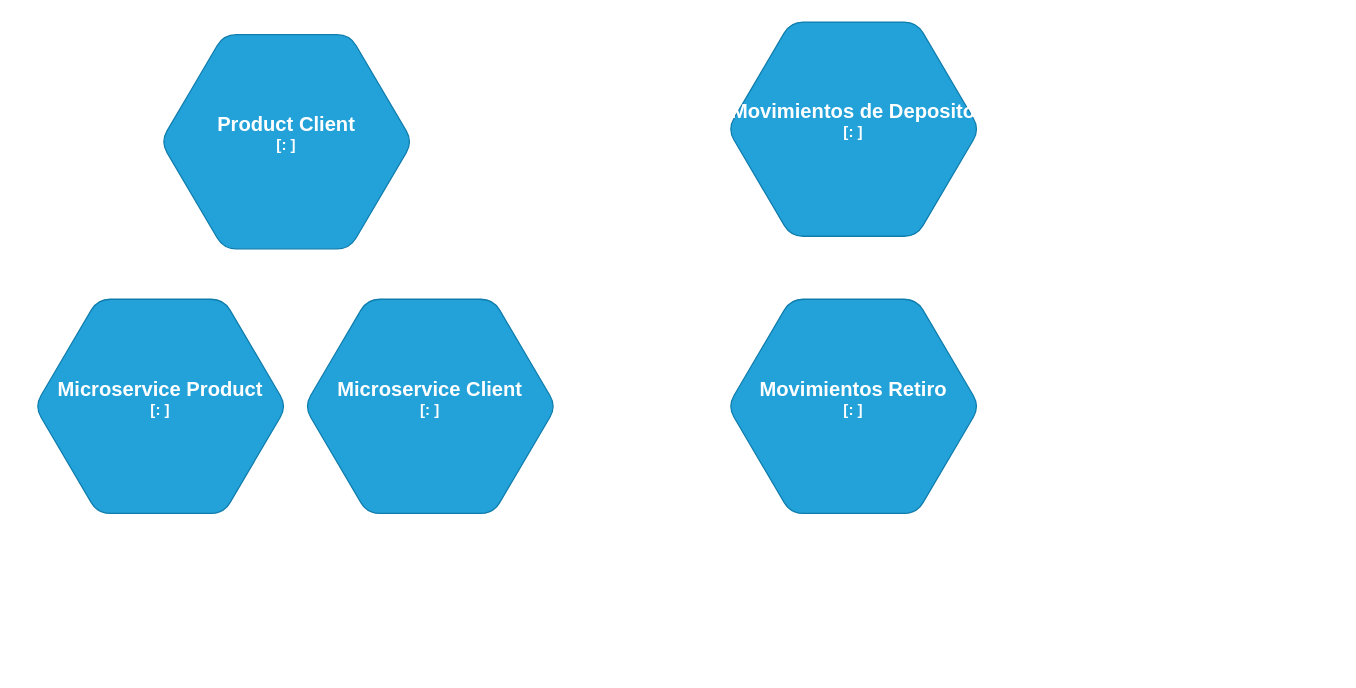
This is page "Page-1" (1 of 2) of Project 2.drawio from edwarparedes/Diagram-2, a draw.io file, before an edit. Source tidied: cells renumbered, new cells numbered last; positions are measured from the earlier drawing's top-left corner, leaving out a move shared by most shapes. Both pictures are drawn from the tidied source at 126%, with x=0, y=0 at pixel (34, 21).
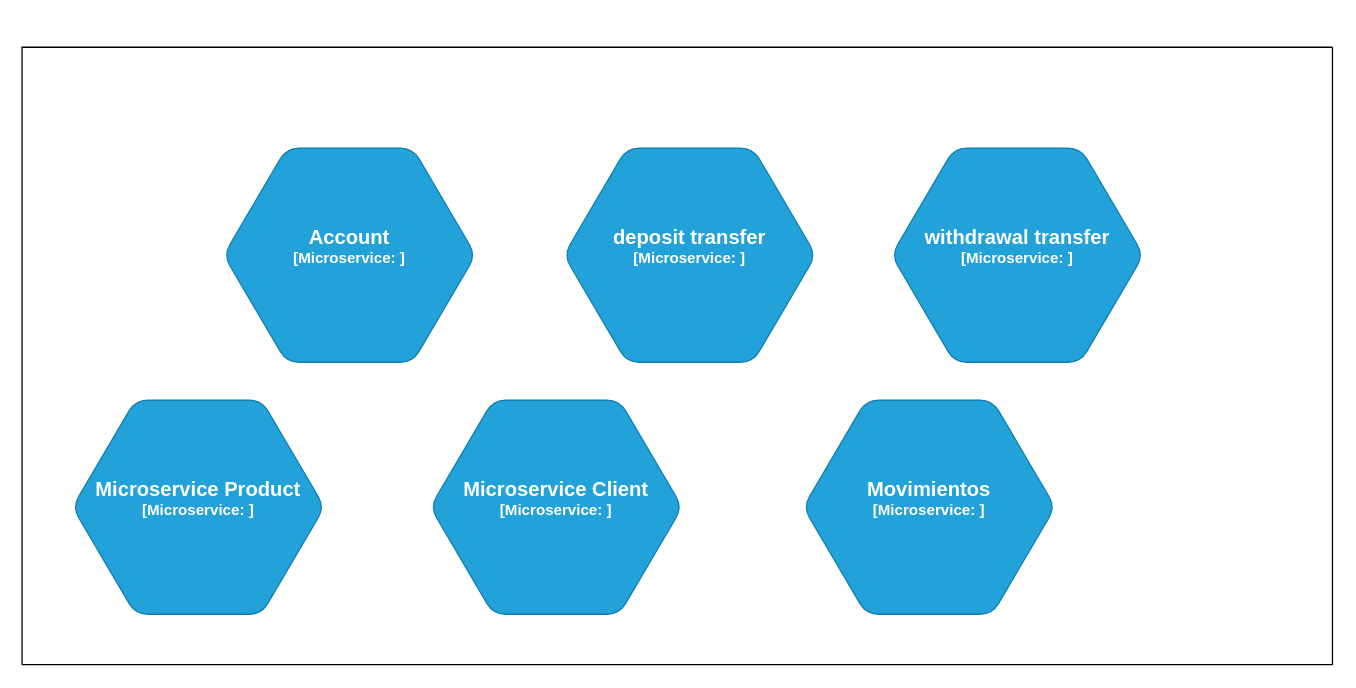
After the change.

What changed in the source:
```diff
@@
 <mxGraphModel>
   <root>
     <mxCell id="0" />
     <mxCell id="1" parent="0" />
-    <object id="2" label="&lt;font style=&quot;font-size: 16px&quot;&gt;&lt;b&gt;%c4Type%&lt;/font&gt;&lt;div&gt;[%c4Container%:&amp;nbsp;%c4Technology%]&lt;/div&gt;&lt;br&gt;&lt;div&gt;&lt;font style=&quot;font-size: 11px&quot;&gt;&lt;font color=&quot;#E6E6E6&quot;&gt;%c4Description%&lt;/font&gt;&lt;/div&gt;" c4Container="" c4Description="" c4Technology="" c4Type="Microservice Product" placeholders="1">
+    <object id="2" label="&lt;font style=&quot;font-size: 16px&quot;&gt;&lt;b&gt;%c4Type%&lt;/font&gt;&lt;div&gt;[%c4Container%:&amp;nbsp;%c4Technology%]&lt;/div&gt;&lt;br&gt;&lt;div&gt;&lt;font style=&quot;font-size: 11px&quot;&gt;&lt;font color=&quot;#E6E6E6&quot;&gt;%c4Description%&lt;/font&gt;&lt;/div&gt;" c4Container="Microservice" c4Description="" c4Technology="" c4Type="Microservice Product" placeholders="1">
       <mxCell style="shape=hexagon;size=50;perimeter=hexagonPerimeter2;whiteSpace=wrap;html=1;fixedSize=1;rounded=1;labelBackgroundColor=none;fillColor=#23A2D9;fontSize=12;fontColor=#ffffff;align=center;strokeColor=#0E7DAD;" parent="1" vertex="1">
-        <mxGeometry y="220" width="200" height="170" as="geometry" />
+        <mxGeometry x="30" y="300" width="200" height="170" as="geometry" />
       </mxCell>
     </object>
-    <object id="3" label="&lt;font style=&quot;font-size: 16px&quot;&gt;&lt;b&gt;%c4Type%&lt;/font&gt;&lt;div&gt;[%c4Container%:&amp;nbsp;%c4Technology%]&lt;/div&gt;&lt;br&gt;&lt;div&gt;&lt;font style=&quot;font-size: 11px&quot;&gt;&lt;font color=&quot;#E6E6E6&quot;&gt;%c4Description%&lt;/font&gt;&lt;/div&gt;" c4Container="" c4Description="" c4Technology="" c4Type="Microservice Client" placeholders="1">
+    <object id="3" label="&lt;font style=&quot;font-size: 16px&quot;&gt;&lt;b&gt;%c4Type%&lt;/font&gt;&lt;div&gt;[%c4Container%:&amp;nbsp;%c4Technology%]&lt;/div&gt;&lt;br&gt;&lt;div&gt;&lt;font style=&quot;font-size: 11px&quot;&gt;&lt;font color=&quot;#E6E6E6&quot;&gt;%c4Description%&lt;/font&gt;&lt;/div&gt;" c4Container="Microservice" c4Description="" c4Technology="" c4Type="Microservice Client" placeholders="1">
       <mxCell style="shape=hexagon;size=50;perimeter=hexagonPerimeter2;whiteSpace=wrap;html=1;fixedSize=1;rounded=1;labelBackgroundColor=none;fillColor=#23A2D9;fontSize=12;fontColor=#ffffff;align=center;strokeColor=#0E7DAD;" parent="1" vertex="1">
-        <mxGeometry x="214" y="220" width="200" height="170" as="geometry" />
+        <mxGeometry x="314" y="300" width="200" height="170" as="geometry" />
       </mxCell>
     </object>
-    <object id="4" label="&lt;font style=&quot;font-size: 16px&quot;&gt;&lt;b&gt;%c4Type%&lt;/font&gt;&lt;div&gt;[%c4Container%:&amp;nbsp;%c4Technology%]&lt;/div&gt;&lt;br&gt;&lt;div&gt;&lt;font style=&quot;font-size: 11px&quot;&gt;&lt;font color=&quot;#E6E6E6&quot;&gt;%c4Description%&lt;/font&gt;&lt;/div&gt;" c4Container="" c4Description="" c4Technology="" c4Type="Movimientos Retiro" placeholders="1">
+    <object id="4" label="&lt;font style=&quot;font-size: 16px&quot;&gt;&lt;b&gt;%c4Type%&lt;/font&gt;&lt;div&gt;[%c4Container%:&amp;nbsp;%c4Technology%]&lt;/div&gt;&lt;br&gt;&lt;div&gt;&lt;font style=&quot;font-size: 11px&quot;&gt;&lt;font color=&quot;#E6E6E6&quot;&gt;%c4Description%&lt;/font&gt;&lt;/div&gt;" c4Container="Microservice" c4Description="" c4Technology="" c4Type="Movimientos" placeholders="1">
       <mxCell style="shape=hexagon;size=50;perimeter=hexagonPerimeter2;whiteSpace=wrap;html=1;fixedSize=1;rounded=1;labelBackgroundColor=none;fillColor=#23A2D9;fontSize=12;fontColor=#ffffff;align=center;strokeColor=#0E7DAD;" parent="1" vertex="1">
-        <mxGeometry x="550" y="220" width="200" height="170" as="geometry" />
+        <mxGeometry x="610" y="300" width="200" height="170" as="geometry" />
       </mxCell>
     </object>
-    <object id="5" label="&lt;font style=&quot;font-size: 16px&quot;&gt;&lt;b&gt;%c4Type%&lt;/font&gt;&lt;div&gt;[%c4Container%:&amp;nbsp;%c4Technology%]&lt;/div&gt;&lt;br&gt;&lt;div&gt;&lt;font style=&quot;font-size: 11px&quot;&gt;&lt;font color=&quot;#E6E6E6&quot;&gt;%c4Description%&lt;/font&gt;&lt;/div&gt;" c4Container="" c4Description="" c4Technology="" c4Type="Movimientos de Deposito" placeholders="1">
+    <object id="5" label="&lt;font style=&quot;font-size: 16px&quot;&gt;&lt;b&gt;%c4Type%&lt;/font&gt;&lt;div&gt;[%c4Container%:&amp;nbsp;%c4Technology%]&lt;/div&gt;&lt;br&gt;&lt;div&gt;&lt;font style=&quot;font-size: 11px&quot;&gt;&lt;font color=&quot;#E6E6E6&quot;&gt;%c4Description%&lt;/font&gt;&lt;/div&gt;" c4Container="Microservice" c4Description="" c4Technology="" c4Type="deposit transfer" placeholders="1">
       <mxCell style="shape=hexagon;size=50;perimeter=hexagonPerimeter2;whiteSpace=wrap;html=1;fixedSize=1;rounded=1;labelBackgroundColor=none;fillColor=#23A2D9;fontSize=12;fontColor=#ffffff;align=center;strokeColor=#0E7DAD;" parent="1" vertex="1">
-        <mxGeometry x="550" width="200" height="170" as="geometry" />
+        <mxGeometry x="420" y="100" width="200" height="170" as="geometry" />
       </mxCell>
     </object>
-    <object id="6" label="&lt;font style=&quot;font-size: 16px&quot;&gt;&lt;b&gt;%c4Type%&lt;/font&gt;&lt;div&gt;[%c4Container%:&amp;nbsp;%c4Technology%]&lt;/div&gt;&lt;br&gt;&lt;div&gt;&lt;font style=&quot;font-size: 11px&quot;&gt;&lt;font color=&quot;#E6E6E6&quot;&gt;%c4Description%&lt;/font&gt;&lt;/div&gt;" c4Container="" c4Description="" c4Technology="" c4Type="Product Client" placeholders="1">
+    <object id="6" label="&lt;font style=&quot;font-size: 16px&quot;&gt;&lt;b&gt;%c4Type%&lt;/font&gt;&lt;div&gt;[%c4Container%:&amp;nbsp;%c4Technology%]&lt;/div&gt;&lt;br&gt;&lt;div&gt;&lt;font style=&quot;font-size: 11px&quot;&gt;&lt;font color=&quot;#E6E6E6&quot;&gt;%c4Description%&lt;/font&gt;&lt;/div&gt;" c4Container="Microservice" c4Description="" c4Technology="" c4Type="Account" placeholders="1">
       <mxCell style="shape=hexagon;size=50;perimeter=hexagonPerimeter2;whiteSpace=wrap;html=1;fixedSize=1;rounded=1;labelBackgroundColor=none;fillColor=#23A2D9;fontSize=12;fontColor=#ffffff;align=center;strokeColor=#0E7DAD;" parent="1" vertex="1">
-        <mxGeometry x="100" y="10" width="200" height="170" as="geometry" />
+        <mxGeometry x="150" y="100" width="200" height="170" as="geometry" />
       </mxCell>
     </object>
+    <mxCell id="7" style="endArrow=none;html=1;rounded=0;" parent="1" edge="1">
+      <mxGeometry relative="1" as="geometry">
+        <mxPoint x="-10" y="510" as="sourcePoint" />
+        <mxPoint x="1030" y="20" as="targetPoint" />
+        <Array as="points">
+          <mxPoint x="-10" y="20" />
+        </Array>
+      </mxGeometry>
+    </mxCell>
+    <mxCell id="8" style="endArrow=none;html=1;rounded=0;" parent="1" edge="1">
+      <mxGeometry relative="1" as="geometry">
+        <mxPoint x="-10" y="510" as="sourcePoint" />
+        <mxPoint x="1030" y="510" as="targetPoint" />
+      </mxGeometry>
+    </mxCell>
+    <mxCell id="9" style="endArrow=none;html=1;rounded=0;" parent="1" edge="1">
+      <mxGeometry relative="1" as="geometry">
+        <mxPoint x="1030" y="510" as="sourcePoint" />
+        <mxPoint x="1030" y="20" as="targetPoint" />
+      </mxGeometry>
+    </mxCell>
+    <object id="10" label="&lt;font style=&quot;font-size: 16px&quot;&gt;&lt;b&gt;%c4Type%&lt;/font&gt;&lt;div&gt;[%c4Container%:&amp;nbsp;%c4Technology%]&lt;/div&gt;&lt;br&gt;&lt;div&gt;&lt;font style=&quot;font-size: 11px&quot;&gt;&lt;font color=&quot;#E6E6E6&quot;&gt;%c4Description%&lt;/font&gt;&lt;/div&gt;" c4Container="Microservice" c4Description="" c4Technology="" c4Type="withdrawal transfer" placeholders="1">
+      <mxCell style="shape=hexagon;size=50;perimeter=hexagonPerimeter2;whiteSpace=wrap;html=1;fixedSize=1;rounded=1;labelBackgroundColor=none;fillColor=#23A2D9;fontSize=12;fontColor=#ffffff;align=center;strokeColor=#0E7DAD;" parent="1" vertex="1">
+        <mxGeometry x="680" y="100" width="200" height="170" as="geometry" />
+      </mxCell>
+    </object>
   </root>
 </mxGraphModel>
```
